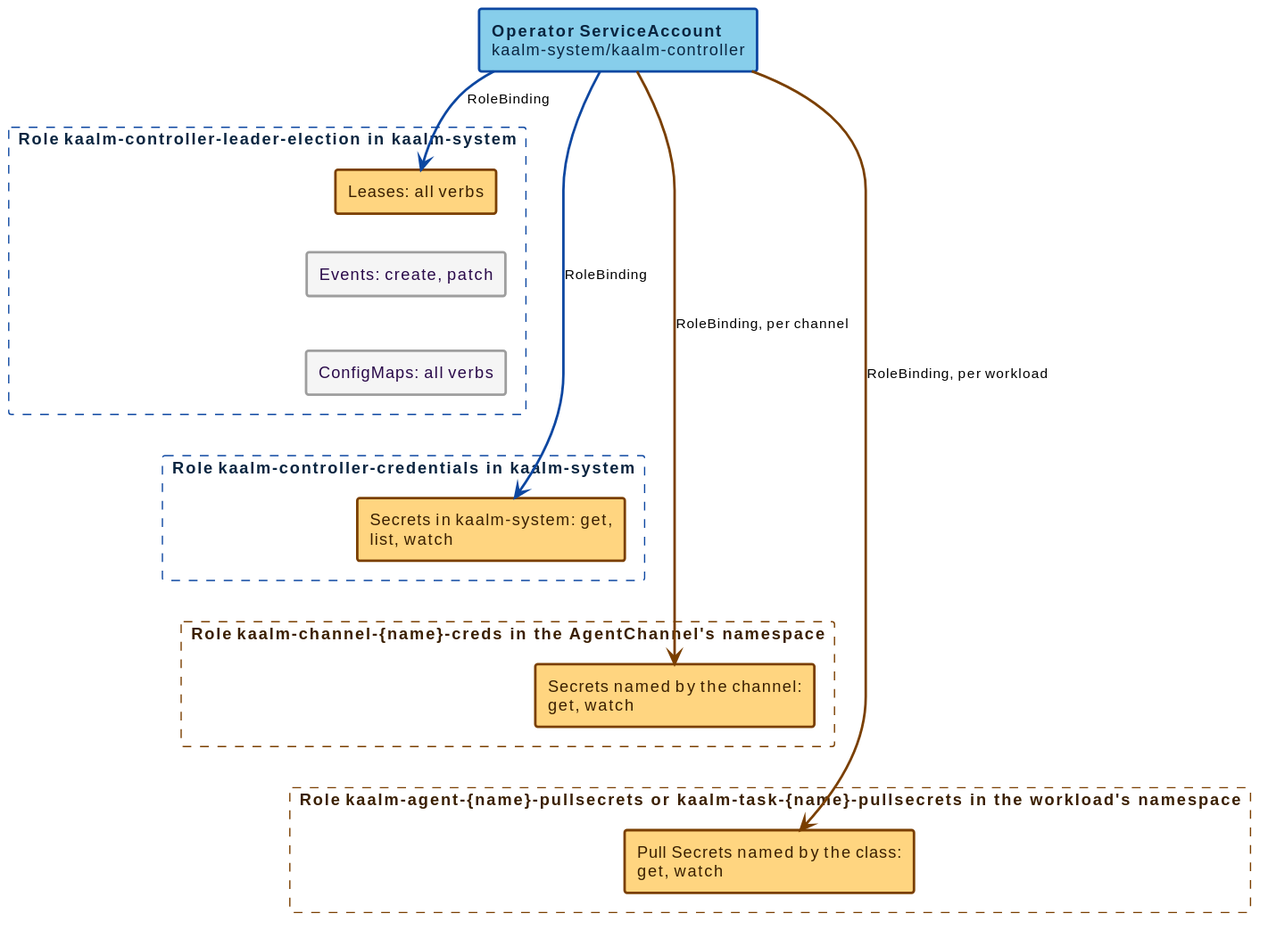
The PlantUML diagram docs/src/diagrams/operator-rbac-namespaced.svg in win07xp/kaalm, before a commit.
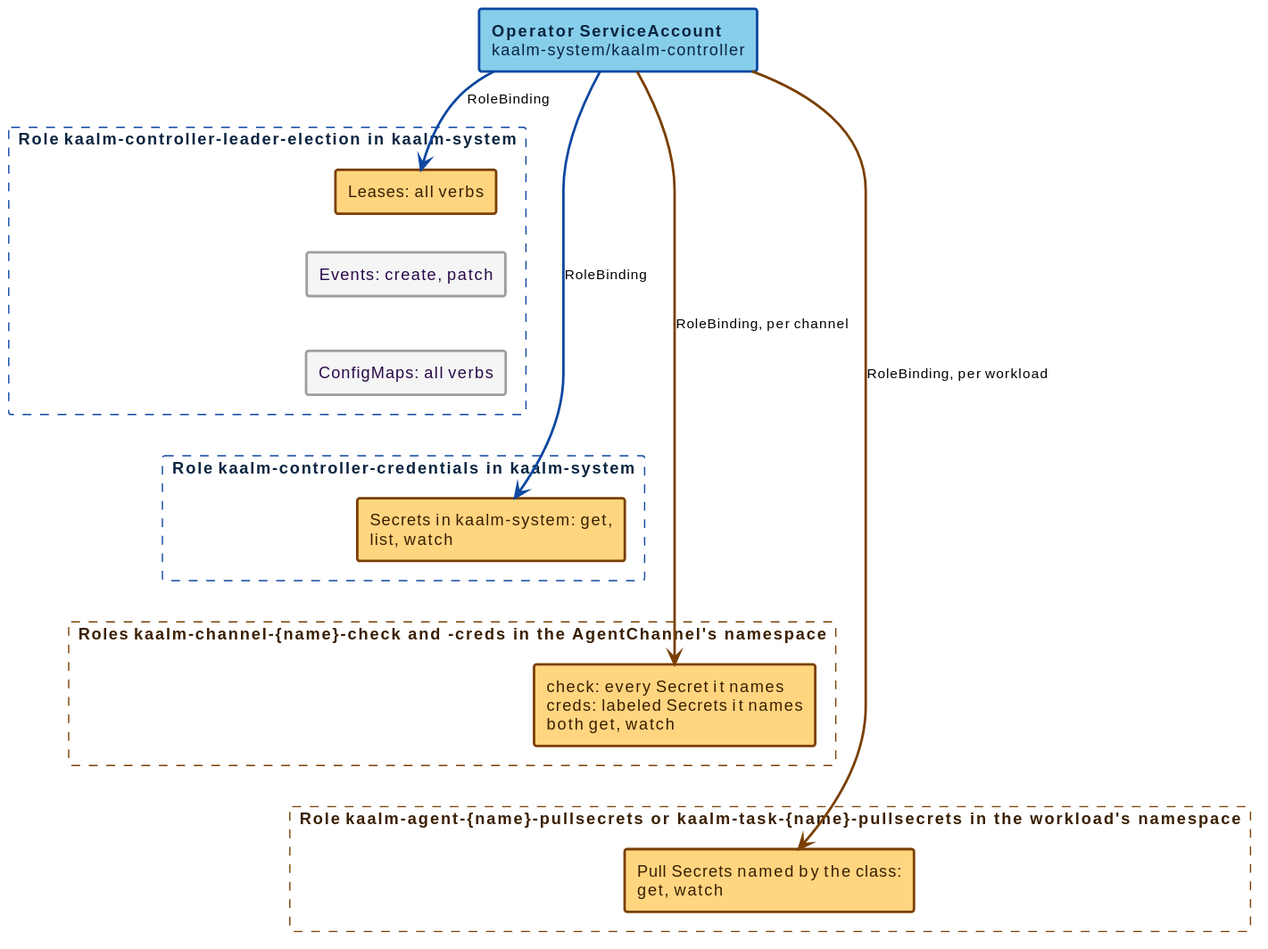
After the commit.

What changed in the source:
```diff
@@ -14,8 +14,8 @@
 rectangle "**Role** kaalm-controller-credentials in kaalm-system" as nscred #line:0D47A1;line.dashed;text:0a2540 {
   rectangle "Secrets in kaalm-system: get, list, watch" as syssec #back:FFD580;line:7a3f00;line.bold;text:3a1f00
 }
-rectangle "**Role** kaalm-channel-{name}-creds in the AgentChannel's namespace" as nsuser #line:7a3f00;line.dashed;text:3a1f00 {
-  rectangle "Secrets named by the channel: get, watch" as chsec #back:FFD580;line:7a3f00;line.bold;text:3a1f00
+rectangle "**Roles** kaalm-channel-{name}-check and -creds in the AgentChannel's namespace" as nsuser #line:7a3f00;line.dashed;text:3a1f00 {
+  rectangle "check: every Secret it names\ncreds: labeled Secrets it names\nboth get, watch" as chsec #back:FFD580;line:7a3f00;line.bold;text:3a1f00
 }
 rectangle "**Role** kaalm-agent-{name}-pullsecrets or kaalm-task-{name}-pullsecrets in the workload's namespace" as nspull #line:7a3f00;line.dashed;text:3a1f00 {
   rectangle "Pull Secrets named by the class: get, watch" as pullsec #back:FFD580;line:7a3f00;line.bold;text:3a1f00
```
